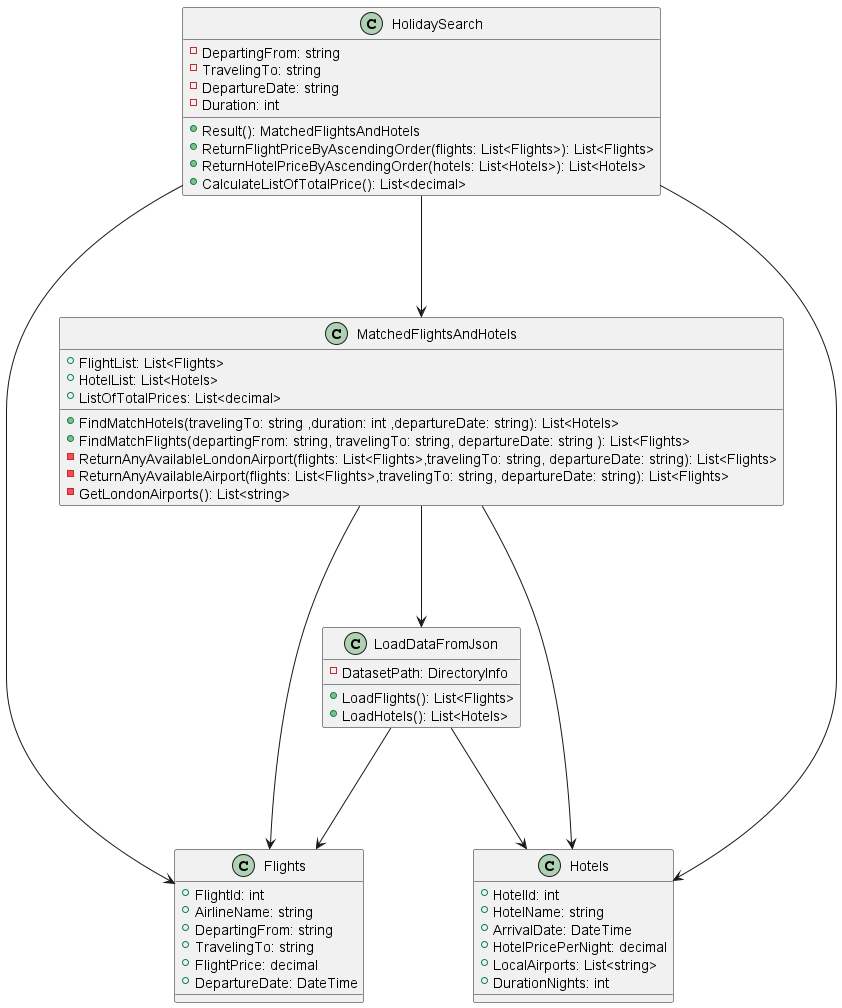
vahidkianfar/HolidaySearch keeps this PlantUML diagram as HolidaySearch/UML Diagram/HolidaySearch.png. Above is the earlier version. Source of this version:
```plantuml
@startuml

class Flights
{
    +FlightId: int
    +AirlineName: string
    +DepartingFrom: string
    +TravelingTo: string
    +FlightPrice: decimal
    +DepartureDate: DateTime
}

class Hotels
{
    +HotelId: int
    +HotelName: string
    +ArrivalDate: DateTime
    +HotelPricePerNight: decimal
    +LocalAirports: List<string>
    +DurationNights: int

}

class MatchedFlightsAndHotels
{
    +FlightList: List<Flights>
    +HotelList: List<Hotels>
    +ListOfTotalPrices: List<decimal>

    +FindMatchHotels(travelingTo: string ,duration: int ,departureDate: string): List<Hotels>
    +FindMatchFlights(departingFrom: string, travelingTo: string, departureDate: string ): List<Flights>
    -ReturnAnyAvailableLondonAirport(flights: List<Flights>,travelingTo: string, departureDate: string): List<Flights>
    -ReturnAnyAvailableAirport(flights: List<Flights>,travelingTo: string, departureDate: string): List<Flights>
    -GetLondonAirports(): List<string>
}

class LoadDataFromJson
{
    -DatasetPath: DirectoryInfo
    +LoadFlights(): List<Flights>
    +LoadHotels(): List<Hotels>
}

class HolidaySearch
{
    -DepartingFrom: string
    -TravelingTo: string
    -DepartureDate: string
    -Duration: int

    +Result(): MatchedFlightsAndHotels
    +ReturnFlightPriceByAscendingOrder(flights: List<Flights>): List<Flights>
    +ReturnHotelPriceByAscendingOrder(hotels: List<Hotels>): List<Hotels>
    +CalculateListOfTotalPrice(): List<decimal>
}

HolidaySearch ---> Flights
HolidaySearch ---> Hotels
HolidaySearch ---> MatchedFlightsAndHotels

MatchedFlightsAndHotels ---> LoadDataFromJson
MatchedFlightsAndHotels ---> Flights
MatchedFlightsAndHotels ---> Hotels

LoadDataFromJson ---> Flights
LoadDataFromJson ---> Hotels
@enduml
```
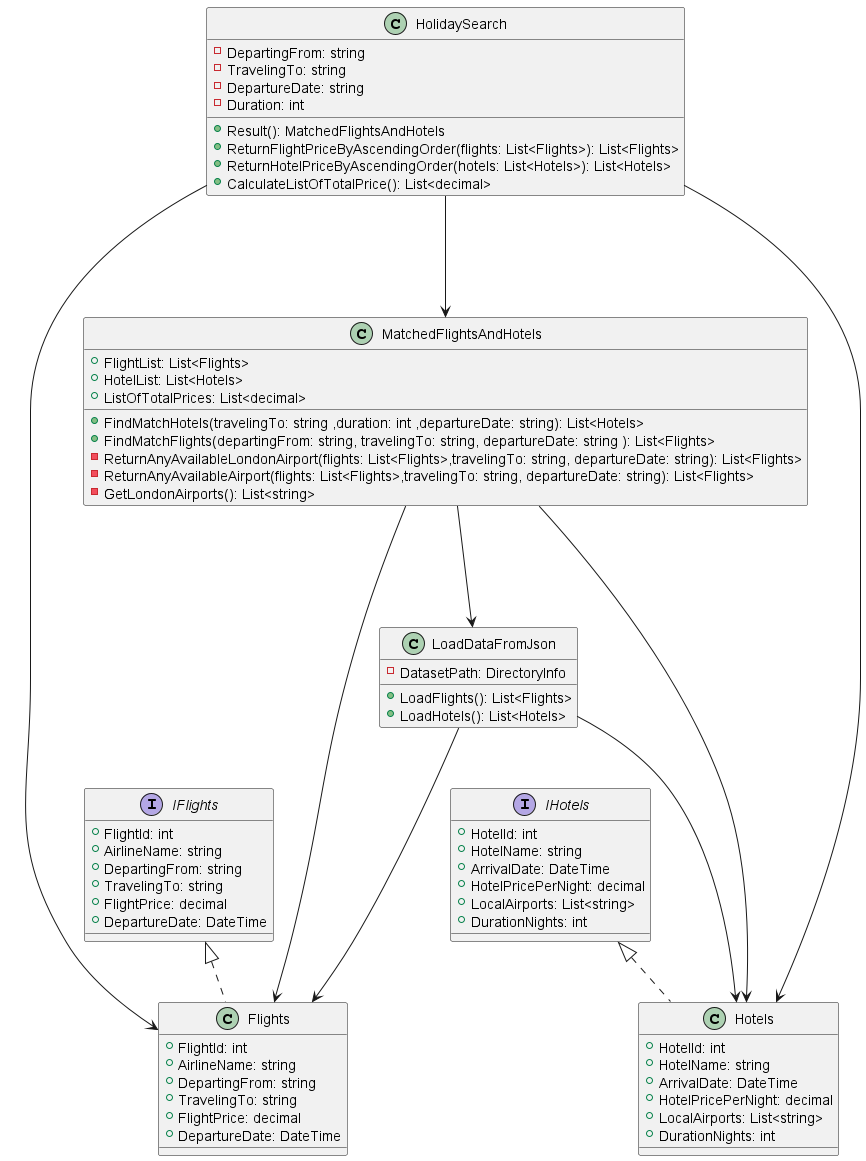
The same file after the commit.

Commit message:
Added interfaces to UML-Diagram.

What changed in the source:
```diff
@@ -1,6 +1,6 @@
 @startuml
 
-class Flights
+interface IFlights
 {
     +FlightId: int
     +AirlineName: string
@@ -10,7 +10,25 @@
     +DepartureDate: DateTime
 }
 
-class Hotels
+class Flights implements IFlights
+{
+    +FlightId: int
+    +AirlineName: string
+    +DepartingFrom: string
+    +TravelingTo: string
+    +FlightPrice: decimal
+    +DepartureDate: DateTime
+}
+interface IHotels
+{
+    +HotelId: int
+    +HotelName: string
+    +ArrivalDate: DateTime
+    +HotelPricePerNight: decimal
+    +LocalAirports: List<string>
+    +DurationNights: int
+}
+class Hotels implements IHotels
 {
     +HotelId: int
     +HotelName: string
@@ -54,6 +72,9 @@
     +CalculateListOfTotalPrice(): List<decimal>
 }
 
+
+
+
 HolidaySearch ---> Flights
 HolidaySearch ---> Hotels
 HolidaySearch ---> MatchedFlightsAndHotels
```
